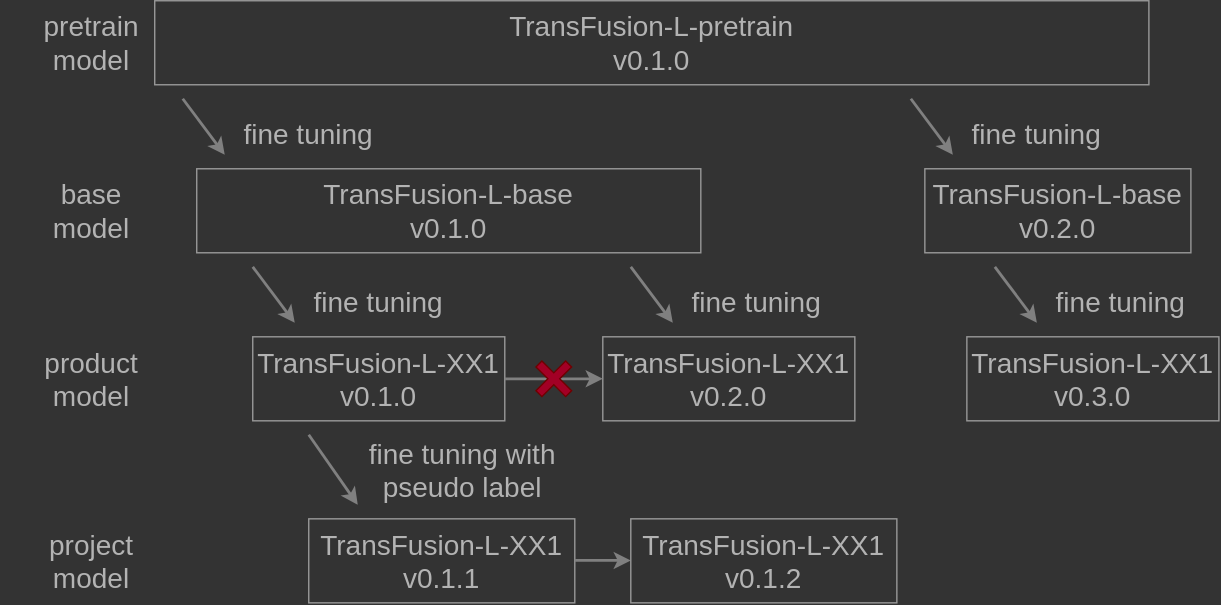
Earlier version of the draw.io export docs/fig/model_release.drawio.svg (tier4/AWML). Source tidied: cells renumbered, new cells last; positions are measured from the earlier drawing's top-left corner, leaving out a move shared by most shapes.
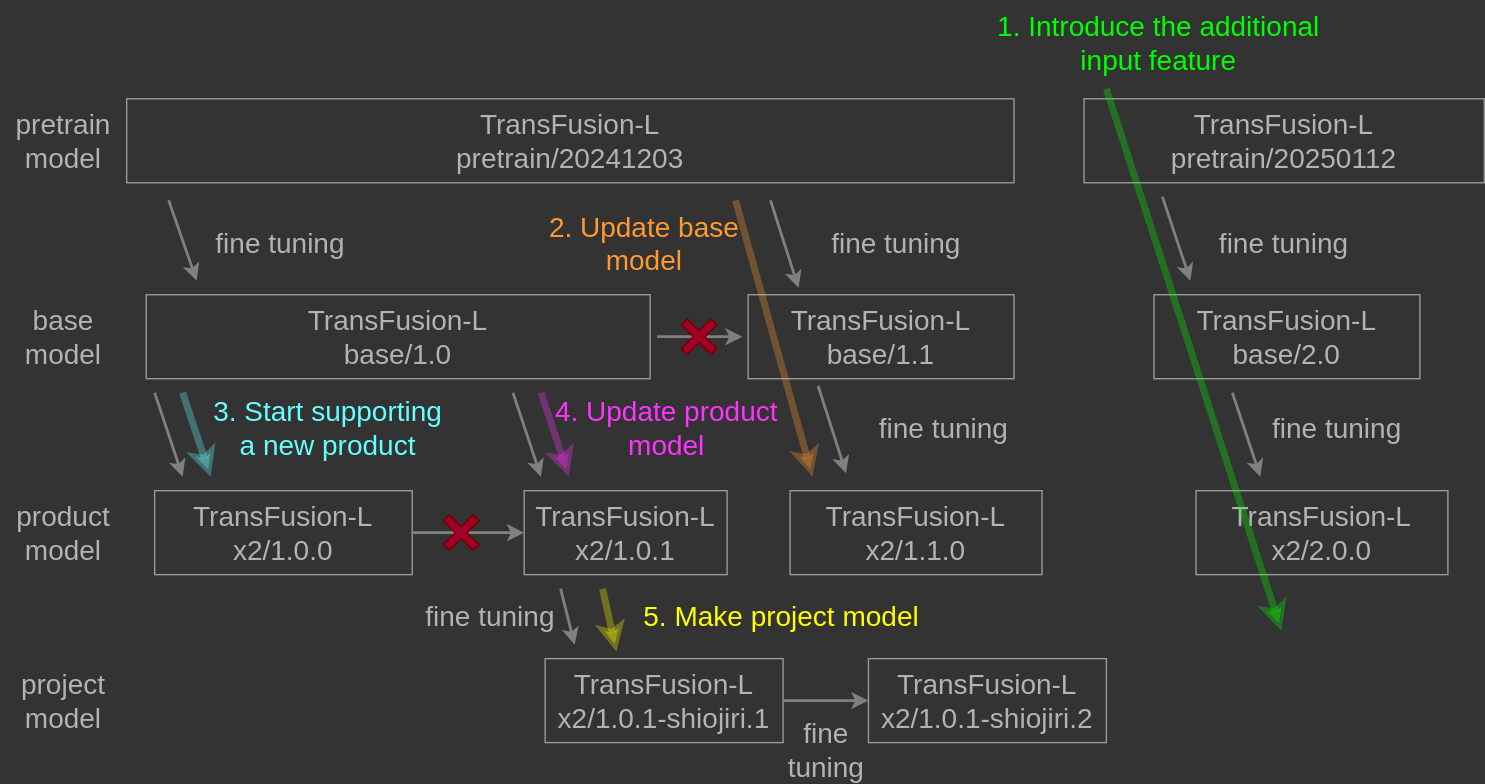
After the change.

Commit message:
chore(docs): update the strategy of model versioning (#241)

What changed in the source:
```diff
@@ -2,109 +2,180 @@
   <root>
     <mxCell id="0" />
     <mxCell id="1" parent="0" />
-    <mxCell id="2" value="TransFusion-L-base&lt;br&gt;v0.1.0" style="text;html=1;strokeColor=#999999;fillColor=none;align=center;verticalAlign=middle;whiteSpace=wrap;rounded=0;fontSize=20;fontColor=#B3B3B3;" parent="1" vertex="1">
-      <mxGeometry x="140" y="120" width="360" height="60" as="geometry" />
+    <mxCell id="2" value="TransFusion-L&lt;br&gt;base/1.0" style="text;html=1;strokeColor=#999999;fillColor=none;align=center;verticalAlign=middle;whiteSpace=wrap;rounded=0;fontSize=20;fontColor=#B3B3B3;" parent="1" vertex="1">
+      <mxGeometry x="134" y="190" width="360" height="60" as="geometry" />
     </mxCell>
     <mxCell id="3" value="base&lt;br&gt;model" style="text;html=1;strokeColor=none;fillColor=none;align=center;verticalAlign=middle;whiteSpace=wrap;rounded=0;fontSize=20;fontColor=#B3B3B3;" parent="1" vertex="1">
-      <mxGeometry y="120" width="130" height="60" as="geometry" />
+      <mxGeometry x="30" y="190" width="90" height="60" as="geometry" />
     </mxCell>
-    <mxCell id="4" value="TransFusion-L-base&lt;br&gt;v0.2.0" style="text;html=1;strokeColor=#999999;fillColor=none;align=center;verticalAlign=middle;whiteSpace=wrap;rounded=0;fontSize=20;fontColor=#B3B3B3;" parent="1" vertex="1">
-      <mxGeometry x="660" y="120" width="190" height="60" as="geometry" />
+    <mxCell id="4" value="TransFusion-L&lt;br&gt;base/1.1" style="text;html=1;strokeColor=#999999;fillColor=none;align=center;verticalAlign=middle;whiteSpace=wrap;rounded=0;fontSize=20;fontColor=#B3B3B3;" parent="1" vertex="1">
+      <mxGeometry x="564" y="190" width="190" height="60" as="geometry" />
     </mxCell>
     <mxCell id="5" value="product&lt;br&gt;model" style="text;html=1;strokeColor=none;fillColor=none;align=center;verticalAlign=middle;whiteSpace=wrap;rounded=0;fontSize=20;fontColor=#B3B3B3;" parent="1" vertex="1">
-      <mxGeometry y="240" width="130" height="60" as="geometry" />
+      <mxGeometry x="30" y="330" width="90" height="60" as="geometry" />
     </mxCell>
-    <mxCell id="6" value="TransFusion-L-XX1&lt;br&gt;v0.2.0" style="text;html=1;strokeColor=#999999;fillColor=none;align=center;verticalAlign=middle;whiteSpace=wrap;rounded=0;fontSize=20;fontColor=#B3B3B3;" parent="1" vertex="1">
-      <mxGeometry x="430" y="240" width="180" height="60" as="geometry" />
+    <mxCell id="6" value="TransFusion-L&lt;br&gt;x2/1.0.1" style="text;html=1;strokeColor=#999999;fillColor=none;align=center;verticalAlign=middle;whiteSpace=wrap;rounded=0;fontSize=20;fontColor=#B3B3B3;" parent="1" vertex="1">
+      <mxGeometry x="404" y="330" width="145" height="60" as="geometry" />
     </mxCell>
-    <mxCell id="7" style="endArrow=classic;html=1;fontSize=20;fontColor=#B3B3B3;strokeWidth=2;strokeColor=#808080;" parent="1" edge="1">
-      <mxGeometry relative="1" as="geometry">
-        <mxPoint x="450" y="190" as="sourcePoint" />
-        <mxPoint x="480" y="230" as="targetPoint" />
-      </mxGeometry>
-    </mxCell>
-    <mxCell id="8" value="fine tuning" style="text;html=1;strokeColor=none;fillColor=none;align=center;verticalAlign=middle;whiteSpace=wrap;rounded=0;fontSize=20;fontColor=#B3B3B3;" parent="1" vertex="1">
-      <mxGeometry x="470" y="200" width="140" height="30" as="geometry" />
-    </mxCell>
-    <mxCell id="9" value="TransFusion-L-XX1&lt;br&gt;v0.1.0" style="text;html=1;strokeColor=#999999;fillColor=none;align=center;verticalAlign=middle;whiteSpace=wrap;rounded=0;fontSize=20;fontColor=#B3B3B3;" parent="1" vertex="1">
-      <mxGeometry x="180" y="240" width="180" height="60" as="geometry" />
+    <mxCell id="9" value="TransFusion-L&lt;br&gt;x2/1.0.0" style="text;html=1;strokeColor=#999999;fillColor=none;align=center;verticalAlign=middle;whiteSpace=wrap;rounded=0;fontSize=20;fontColor=#B3B3B3;" parent="1" vertex="1">
+      <mxGeometry x="140" y="330" width="184" height="60" as="geometry" />
     </mxCell>
-    <mxCell id="10" style="endArrow=classic;html=1;fontSize=20;fontColor=#B3B3B3;strokeWidth=2;strokeColor=#808080;" parent="1" edge="1">
-      <mxGeometry relative="1" as="geometry">
-        <mxPoint x="180" y="190" as="sourcePoint" />
-        <mxPoint x="210" y="230" as="targetPoint" />
-      </mxGeometry>
-    </mxCell>
-    <mxCell id="11" value="fine tuning" style="text;html=1;strokeColor=none;fillColor=none;align=center;verticalAlign=middle;whiteSpace=wrap;rounded=0;fontSize=20;fontColor=#B3B3B3;" parent="1" vertex="1">
-      <mxGeometry x="200" y="200" width="140" height="30" as="geometry" />
-    </mxCell>
-    <mxCell id="12" value="TransFusion-L-XX1&lt;br&gt;v0.1.1" style="text;html=1;strokeColor=#999999;fillColor=none;align=center;verticalAlign=middle;whiteSpace=wrap;rounded=0;fontSize=20;fontColor=#B3B3B3;" parent="1" vertex="1">
-      <mxGeometry x="220" y="370" width="190" height="60" as="geometry" />
+    <mxCell id="12" value="TransFusion-L&lt;br&gt;x2/1.0.1-shiojiri.1" style="text;html=1;strokeColor=#999999;fillColor=none;align=center;verticalAlign=middle;whiteSpace=wrap;rounded=0;fontSize=20;fontColor=#B3B3B3;" parent="1" vertex="1">
+      <mxGeometry x="419" y="450" width="170" height="60" as="geometry" />
     </mxCell>
-    <mxCell id="13" style="endArrow=classic;html=1;fontSize=20;fontColor=#B3B3B3;strokeWidth=2;strokeColor=#808080;" parent="1" edge="1">
-      <mxGeometry relative="1" as="geometry">
-        <mxPoint x="220" y="310" as="sourcePoint" />
-        <mxPoint x="255" y="360" as="targetPoint" />
-      </mxGeometry>
-    </mxCell>
-    <mxCell id="14" value="fine tuning with pseudo label" style="text;html=1;strokeColor=none;fillColor=none;align=center;verticalAlign=middle;whiteSpace=wrap;rounded=0;fontSize=20;fontColor=#B3B3B3;" parent="1" vertex="1">
-      <mxGeometry x="250" y="320" width="160" height="30" as="geometry" />
-    </mxCell>
     <mxCell id="15" value="project&lt;br&gt;model" style="text;html=1;strokeColor=none;fillColor=none;align=center;verticalAlign=middle;whiteSpace=wrap;rounded=0;fontSize=20;fontColor=#B3B3B3;" parent="1" vertex="1">
-      <mxGeometry y="370" width="130" height="60" as="geometry" />
+      <mxGeometry x="30" y="450" width="90" height="60" as="geometry" />
     </mxCell>
-    <mxCell id="16" style="endArrow=classic;html=1;fontSize=20;fontColor=#B3B3B3;strokeWidth=2;strokeColor=#808080;exitX=1;exitY=0.5;exitDx=0;exitDy=0;entryX=0;entryY=0.5;entryDx=0;entryDy=0;" parent="1" edge="1">
-      <mxGeometry relative="1" as="geometry">
-        <mxPoint x="410" y="399.7" as="sourcePoint" />
-        <mxPoint x="450" y="399.7" as="targetPoint" />
-      </mxGeometry>
+    <mxCell id="16" style="endArrow=classic;html=1;fontSize=20;fontColor=#B3B3B3;strokeWidth=2;strokeColor=#808080;exitX=1;exitY=0.5;exitDx=0;exitDy=0;entryX=0;entryY=0.5;entryDx=0;entryDy=0;" parent="1" edge="1" source="12" target="25">
+      <mxGeometry relative="1" as="geometry" />
     </mxCell>
-    <mxCell id="17" style="endArrow=classic;html=1;fontSize=20;fontColor=#B3B3B3;strokeWidth=2;strokeColor=#808080;exitX=1;exitY=0.5;exitDx=0;exitDy=0;" parent="1" edge="1" source="9">
-      <mxGeometry relative="1" as="geometry">
-        <mxPoint x="430" y="270" as="targetPoint" />
-      </mxGeometry>
+    <mxCell id="17" style="endArrow=classic;html=1;fontSize=20;fontColor=#B3B3B3;strokeWidth=2;strokeColor=#808080;exitX=1;exitY=0.5;exitDx=0;exitDy=0;entryX=0;entryY=0.5;entryDx=0;entryDy=0;" parent="1" edge="1" source="9" target="6">
+      <mxGeometry relative="1" as="geometry" />
     </mxCell>
     <mxCell id="18" style="shape=cross;whiteSpace=wrap;html=1;strokeColor=#6F0000;rotation=45;fillColor=#a20025;fontColor=#ffffff;" parent="1" vertex="1">
-      <mxGeometry x="380" y="255" width="30" height="30" as="geometry" />
+      <mxGeometry x="344" y="345" width="30" height="30" as="geometry" />
     </mxCell>
     <mxCell id="19" value="pretrain&lt;br&gt;model" style="text;html=1;strokeColor=none;fillColor=none;align=center;verticalAlign=middle;whiteSpace=wrap;rounded=0;fontSize=20;fontColor=#B3B3B3;" parent="1" vertex="1">
-      <mxGeometry width="130" height="60" as="geometry" />
+      <mxGeometry x="30" y="50" width="90" height="60" as="geometry" />
     </mxCell>
-    <mxCell id="20" value="TransFusion-L-pretrain&lt;br&gt;v0.1.0" style="text;html=1;strokeColor=#999999;fillColor=none;align=center;verticalAlign=middle;whiteSpace=wrap;rounded=0;fontSize=20;fontColor=#B3B3B3;" parent="1" vertex="1">
-      <mxGeometry x="110" width="710" height="60" as="geometry" />
+    <mxCell id="20" value="TransFusion-L&lt;br&gt;pretrain/20241203" style="text;html=1;strokeColor=#999999;fillColor=none;align=center;verticalAlign=middle;whiteSpace=wrap;rounded=0;fontSize=20;fontColor=#B3B3B3;" parent="1" vertex="1">
+      <mxGeometry x="120" y="50" width="634" height="60" as="geometry" />
     </mxCell>
     <mxCell id="21" style="endArrow=classic;html=1;fontSize=20;fontColor=#B3B3B3;strokeWidth=2;strokeColor=#808080;" parent="1" edge="1">
       <mxGeometry relative="1" as="geometry">
-        <mxPoint x="130" y="70" as="sourcePoint" />
-        <mxPoint x="160" y="110" as="targetPoint" />
+        <mxPoint x="150" y="122.5" as="sourcePoint" />
+        <mxPoint x="170" y="180" as="targetPoint" />
       </mxGeometry>
     </mxCell>
     <mxCell id="22" value="fine tuning" style="text;html=1;strokeColor=none;fillColor=none;align=center;verticalAlign=middle;whiteSpace=wrap;rounded=0;fontSize=20;fontColor=#B3B3B3;" parent="1" vertex="1">
-      <mxGeometry x="150" y="80" width="140" height="30" as="geometry" />
+      <mxGeometry x="160" y="137.5" width="140" height="30" as="geometry" />
     </mxCell>
-    <mxCell id="23" style="endArrow=classic;html=1;fontSize=20;fontColor=#B3B3B3;strokeWidth=2;strokeColor=#808080;" parent="1" edge="1">
-      <mxGeometry relative="1" as="geometry">
-        <mxPoint x="650" y="70" as="sourcePoint" />
-        <mxPoint x="680" y="110" as="targetPoint" />
-      </mxGeometry>
-    </mxCell>
-    <mxCell id="24" value="fine tuning" style="text;html=1;strokeColor=none;fillColor=none;align=center;verticalAlign=middle;whiteSpace=wrap;rounded=0;fontSize=20;fontColor=#B3B3B3;" parent="1" vertex="1">
-      <mxGeometry x="670" y="80" width="140" height="30" as="geometry" />
-    </mxCell>
-    <mxCell id="25" value="TransFusion-L-XX1&lt;br&gt;v0.1.2" style="text;html=1;strokeColor=#999999;fillColor=none;align=center;verticalAlign=middle;whiteSpace=wrap;rounded=0;fontSize=20;fontColor=#B3B3B3;" parent="1" vertex="1">
-      <mxGeometry x="450" y="370" width="190" height="60" as="geometry" />
+    <mxCell id="25" value="TransFusion-L&lt;br&gt;x2/1.0.1-shiojiri.2" style="text;html=1;strokeColor=#999999;fillColor=none;align=center;verticalAlign=middle;whiteSpace=wrap;rounded=0;fontSize=20;fontColor=#B3B3B3;" parent="1" vertex="1">
+      <mxGeometry x="650" y="450" width="170" height="60" as="geometry" />
     </mxCell>
-    <mxCell id="26" value="TransFusion-L-XX1&lt;br&gt;v0.3.0" style="text;html=1;strokeColor=#999999;fillColor=none;align=center;verticalAlign=middle;whiteSpace=wrap;rounded=0;fontSize=20;fontColor=#B3B3B3;" parent="1" vertex="1">
-      <mxGeometry x="690" y="240" width="180" height="60" as="geometry" />
+    <mxCell id="26" value="TransFusion-L&lt;br&gt;x2/1.1.0" style="text;html=1;strokeColor=#999999;fillColor=none;align=center;verticalAlign=middle;whiteSpace=wrap;rounded=0;fontSize=20;fontColor=#B3B3B3;" parent="1" vertex="1">
+      <mxGeometry x="594" y="330" width="180" height="60" as="geometry" />
     </mxCell>
-    <mxCell id="27" style="endArrow=classic;html=1;fontSize=20;fontColor=#B3B3B3;strokeWidth=2;strokeColor=#808080;" parent="1" edge="1">
-      <mxGeometry relative="1" as="geometry">
-        <mxPoint x="710" y="190" as="sourcePoint" />
-        <mxPoint x="740" y="230" as="targetPoint" />
-      </mxGeometry>
-    </mxCell>
-    <mxCell id="28" value="fine tuning" style="text;html=1;strokeColor=none;fillColor=none;align=center;verticalAlign=middle;whiteSpace=wrap;rounded=0;fontSize=20;fontColor=#B3B3B3;" parent="1" vertex="1">
-      <mxGeometry x="730" y="200" width="140" height="30" as="geometry" />
-    </mxCell>
+    <mxCell id="29" value="TransFusion-L&lt;br&gt;pretrain/20250112" style="text;html=1;strokeColor=#999999;fillColor=none;align=center;verticalAlign=middle;whiteSpace=wrap;rounded=0;fontSize=20;fontColor=#B3B3B3;" parent="1" vertex="1">
+      <mxGeometry x="804" y="50" width="286" height="60" as="geometry" />
+    </mxCell>
+    <mxCell id="30" value="TransFusion-L&lt;br&gt;base/2.0" style="text;html=1;strokeColor=#999999;fillColor=none;align=center;verticalAlign=middle;whiteSpace=wrap;rounded=0;fontSize=20;fontColor=#B3B3B3;" parent="1" vertex="1">
+      <mxGeometry x="854" y="190" width="190" height="60" as="geometry" />
+    </mxCell>
+    <mxCell id="31" style="endArrow=classic;html=1;fontSize=20;fontColor=#B3B3B3;strokeWidth=2;strokeColor=#808080;" parent="1" edge="1">
+      <mxGeometry relative="1" as="geometry">
+        <mxPoint x="860" y="120" as="sourcePoint" />
+        <mxPoint x="880" y="180" as="targetPoint" />
+      </mxGeometry>
+    </mxCell>
+    <mxCell id="32" value="fine tuning" style="text;html=1;strokeColor=none;fillColor=none;align=center;verticalAlign=middle;whiteSpace=wrap;rounded=0;fontSize=20;fontColor=#B3B3B3;" parent="1" vertex="1">
+      <mxGeometry x="877" y="137.5" width="140" height="30" as="geometry" />
+    </mxCell>
+    <mxCell id="33" value="TransFusion-L&lt;br&gt;x2/2.0.0" style="text;html=1;strokeColor=#999999;fillColor=none;align=center;verticalAlign=middle;whiteSpace=wrap;rounded=0;fontSize=20;fontColor=#B3B3B3;" parent="1" vertex="1">
+      <mxGeometry x="884" y="330" width="180" height="60" as="geometry" />
+    </mxCell>
+    <mxCell id="34" style="endArrow=classic;html=1;fontSize=20;fontColor=#B3B3B3;strokeWidth=2;strokeColor=#808080;" parent="1" edge="1">
+      <mxGeometry relative="1" as="geometry">
+        <mxPoint x="910" y="260" as="sourcePoint" />
+        <mxPoint x="930" y="320" as="targetPoint" />
+      </mxGeometry>
+    </mxCell>
+    <mxCell id="35" value="fine tuning" style="text;html=1;strokeColor=none;fillColor=none;align=center;verticalAlign=middle;whiteSpace=wrap;rounded=0;fontSize=20;fontColor=#B3B3B3;" parent="1" vertex="1">
+      <mxGeometry x="920" y="270" width="130" height="30" as="geometry" />
+    </mxCell>
+    <mxCell id="36" value="&lt;font color=&quot;#00ff00&quot;&gt;1. Introduce the additional input feature&lt;/font&gt;" style="text;html=1;strokeColor=none;fillColor=none;align=center;verticalAlign=middle;whiteSpace=wrap;rounded=0;fontSize=20;fontColor=#B3B3B3;" parent="1" vertex="1">
+      <mxGeometry x="740" y="-20" width="235" height="60" as="geometry" />
+    </mxCell>
+    <mxCell id="37" style="endArrow=classic;html=1;fontSize=20;fontColor=#B3B3B3;strokeWidth=5;strokeColor=#00FF00;opacity=30;exitX=0.34;exitY=1.047;exitDx=0;exitDy=0;exitPerimeter=0;" parent="1" edge="1" source="36">
+      <mxGeometry relative="1" as="geometry">
+        <mxPoint x="945" y="430" as="targetPoint" />
+      </mxGeometry>
+    </mxCell>
+    <mxCell id="38" value="&lt;font color=&quot;#66ffff&quot;&gt;3. Start supporting a new product&lt;/font&gt;" style="text;html=1;strokeColor=none;fillColor=none;align=center;verticalAlign=middle;whiteSpace=wrap;rounded=0;fontSize=20;fontColor=#B3B3B3;" parent="1" vertex="1">
+      <mxGeometry x="174" y="255" width="180" height="60" as="geometry" />
+    </mxCell>
+    <mxCell id="39" style="endArrow=classic;html=1;fontSize=20;fontColor=#B3B3B3;strokeWidth=5;strokeColor=#66FFFF;opacity=30;" parent="1" edge="1">
+      <mxGeometry relative="1" as="geometry">
+        <mxPoint x="160" y="260" as="sourcePoint" />
+        <mxPoint x="180" y="320" as="targetPoint" />
+      </mxGeometry>
+    </mxCell>
+    <mxCell id="40" value="&lt;font color=&quot;#ff9933&quot;&gt;2. Update base model&lt;/font&gt;" style="text;html=1;strokeColor=none;fillColor=none;align=center;verticalAlign=middle;whiteSpace=wrap;rounded=0;fontSize=20;fontColor=#B3B3B3;" parent="1" vertex="1">
+      <mxGeometry x="400" y="122.5" width="180" height="60" as="geometry" />
+    </mxCell>
+    <mxCell id="41" style="endArrow=classic;html=1;fontSize=20;fontColor=#B3B3B3;strokeWidth=5;strokeColor=#FF9933;opacity=30;" parent="1" edge="1">
+      <mxGeometry relative="1" as="geometry">
+        <mxPoint x="555" y="122.5" as="sourcePoint" />
+        <mxPoint x="610" y="320" as="targetPoint" />
+      </mxGeometry>
+    </mxCell>
+    <mxCell id="42" style="endArrow=classic;html=1;fontSize=20;fontColor=#B3B3B3;strokeWidth=2;strokeColor=#808080;exitX=1;exitY=0.5;exitDx=0;exitDy=0;" parent="1" edge="1">
+      <mxGeometry relative="1" as="geometry">
+        <mxPoint x="499" y="220" as="sourcePoint" />
+        <mxPoint x="560" y="220" as="targetPoint" />
+      </mxGeometry>
+    </mxCell>
+    <mxCell id="43" style="shape=cross;whiteSpace=wrap;html=1;strokeColor=#6F0000;rotation=45;fillColor=#a20025;fontColor=#ffffff;" parent="1" vertex="1">
+      <mxGeometry x="514" y="205" width="30" height="30" as="geometry" />
+    </mxCell>
+    <mxCell id="44" value="&lt;font color=&quot;#ff33ff&quot;&gt;4. Update product model&lt;/font&gt;" style="text;html=1;strokeColor=none;fillColor=none;align=center;verticalAlign=middle;whiteSpace=wrap;rounded=0;fontSize=20;fontColor=#B3B3B3;" parent="1" vertex="1">
+      <mxGeometry x="416" y="255" width="180" height="60" as="geometry" />
+    </mxCell>
+    <mxCell id="45" style="endArrow=classic;html=1;fontSize=20;fontColor=#B3B3B3;strokeWidth=5;strokeColor=#FF33FF;opacity=30;" parent="1" edge="1">
+      <mxGeometry relative="1" as="geometry">
+        <mxPoint x="416" y="260" as="sourcePoint" />
+        <mxPoint x="436" y="320" as="targetPoint" />
+      </mxGeometry>
+    </mxCell>
+    <mxCell id="46" value="&lt;font color=&quot;#ffff00&quot;&gt;5. Make project model&lt;/font&gt;" style="text;html=1;strokeColor=none;fillColor=none;align=center;verticalAlign=middle;whiteSpace=wrap;rounded=0;fontSize=20;fontColor=#B3B3B3;" parent="1" vertex="1">
+      <mxGeometry x="480" y="400" width="216" height="37" as="geometry" />
+    </mxCell>
+    <mxCell id="47" style="endArrow=classic;html=1;fontSize=20;fontColor=#B3B3B3;strokeWidth=5;strokeColor=#FFFF00;opacity=30;" parent="1" edge="1">
+      <mxGeometry relative="1" as="geometry">
+        <mxPoint x="460" y="400" as="sourcePoint" />
+        <mxPoint x="470" y="445" as="targetPoint" />
+      </mxGeometry>
+    </mxCell>
+    <mxCell id="48" style="endArrow=classic;html=1;fontSize=20;fontColor=#B3B3B3;strokeWidth=2;strokeColor=#808080;exitX=1;exitY=0;exitDx=0;exitDy=0;" parent="1" edge="1" source="40">
+      <mxGeometry relative="1" as="geometry">
+        <mxPoint x="600" y="185" as="targetPoint" />
+      </mxGeometry>
+    </mxCell>
+    <mxCell id="49" value="fine tuning" style="text;html=1;strokeColor=none;fillColor=none;align=center;verticalAlign=middle;whiteSpace=wrap;rounded=0;fontSize=20;fontColor=#B3B3B3;" parent="1" vertex="1">
+      <mxGeometry x="600" y="137.5" width="140" height="30" as="geometry" />
+    </mxCell>
+    <mxCell id="50" style="endArrow=classic;html=1;fontSize=20;fontColor=#B3B3B3;strokeWidth=2;strokeColor=#808080;" parent="1" edge="1">
+      <mxGeometry relative="1" as="geometry">
+        <mxPoint x="140" y="260" as="sourcePoint" />
+        <mxPoint x="160" y="320" as="targetPoint" />
+      </mxGeometry>
+    </mxCell>
+    <mxCell id="51" style="endArrow=classic;html=1;fontSize=20;fontColor=#B3B3B3;strokeWidth=2;strokeColor=#808080;" parent="1" edge="1">
+      <mxGeometry relative="1" as="geometry">
+        <mxPoint x="396" y="260" as="sourcePoint" />
+        <mxPoint x="416" y="320" as="targetPoint" />
+      </mxGeometry>
+    </mxCell>
+    <mxCell id="52" style="endArrow=classic;html=1;fontSize=20;fontColor=#B3B3B3;strokeWidth=2;strokeColor=#808080;" parent="1" edge="1">
+      <mxGeometry relative="1" as="geometry">
+        <mxPoint x="430" y="400" as="sourcePoint" />
+        <mxPoint x="440" y="440" as="targetPoint" />
+      </mxGeometry>
+    </mxCell>
+    <mxCell id="53" style="endArrow=classic;html=1;fontSize=20;fontColor=#B3B3B3;strokeWidth=2;strokeColor=#808080;exitX=1;exitY=0;exitDx=0;exitDy=0;" parent="1" edge="1">
+      <mxGeometry relative="1" as="geometry">
+        <mxPoint x="614" y="255" as="sourcePoint" />
+        <mxPoint x="634" y="317.5" as="targetPoint" />
+      </mxGeometry>
+    </mxCell>
+    <mxCell id="54" value="fine tuning" style="text;html=1;strokeColor=none;fillColor=none;align=center;verticalAlign=middle;whiteSpace=wrap;rounded=0;fontSize=20;fontColor=#B3B3B3;" parent="1" vertex="1">
+      <mxGeometry x="634" y="270" width="140" height="30" as="geometry" />
+    </mxCell>
+    <mxCell id="55" value="fine tuning" style="text;html=1;strokeColor=none;fillColor=none;align=center;verticalAlign=middle;whiteSpace=wrap;rounded=0;fontSize=20;fontColor=#B3B3B3;" parent="1" vertex="1">
+      <mxGeometry x="310" y="403.5" width="140" height="30" as="geometry" />
+    </mxCell>
+    <mxCell id="56" value="fine tuning" style="text;html=1;strokeColor=none;fillColor=none;align=center;verticalAlign=middle;whiteSpace=wrap;rounded=0;fontSize=20;fontColor=#B3B3B3;" parent="1" vertex="1">
+      <mxGeometry x="580" y="500" width="80" height="30" as="geometry" />
+    </mxCell>
   </root>
 </mxGraphModel>
```
